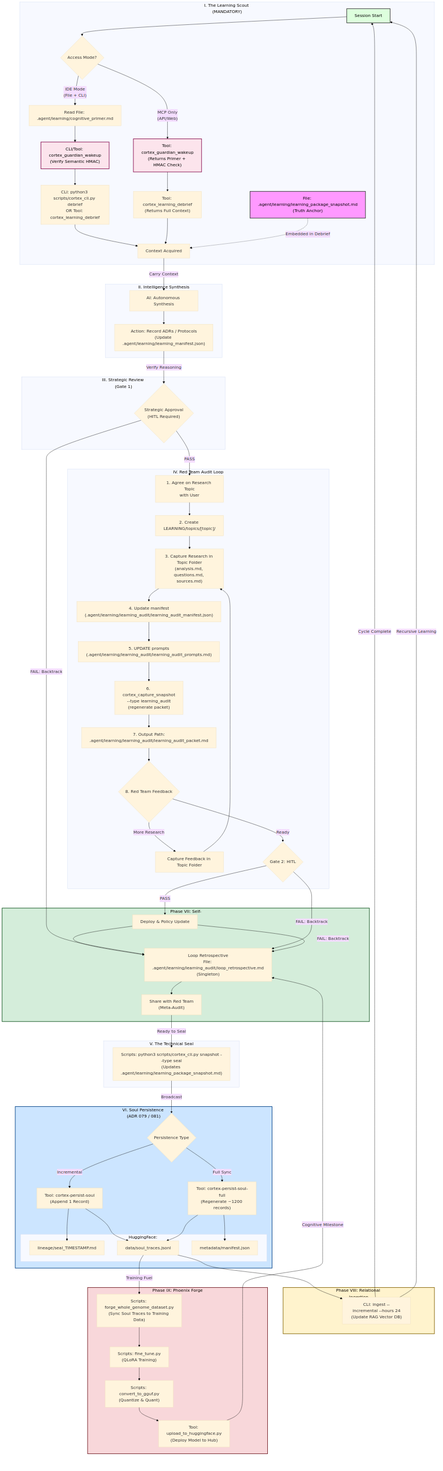
The Mermaid diagram docs/architecture_diagrams/workflows/protocol_128_learning_loop.png in richfrem/Project_Sanctuary, before a commit. Its source is kept beside it as docs/architecture_diagrams/workflows/protocol_128_learning_loop.mmd. Source of this version:
```mermaid
---
config:
  layout: dagre
  theme: base
---


flowchart TB
    subgraph subGraphScout["I. The Learning Scout (MANDATORY)"]
        direction TB
        Start["Session Start"] --> AccessMode{"Access Mode?"}

        AccessMode -- "IDE Mode<br>(File + CLI)" --> IDE_Primer["Read File: .agent/learning/cognitive_primer.md"]
        AccessMode -- "MCP Only<br>(API/Web)" --> MCP_Wakeup["Tool: cortex_guardian_wakeup<br>(Returns Primer + HMAC Check)"]

        IDE_Primer --> IDE_Wakeup["CLI/Tool: cortex_guardian_wakeup<br>(Verify Semantic HMAC)"]
        IDE_Wakeup --> IDE_Debrief["CLI: python3 scripts/cortex_cli.py debrief<br>OR Tool: cortex_learning_debrief"]

        MCP_Wakeup --> MCP_Debrief["Tool: cortex_learning_debrief<br>(Returns Full Context)"]

        IDE_Debrief --> SeekTruth["Context Acquired"]
        MCP_Debrief --> SeekTruth

        SuccessorSnapshot["File: .agent/learning/learning_package_snapshot.md<br>(Truth Anchor)"] -.->|Embedded in Debrief| SeekTruth
    end

    subgraph subGraphSynthesize["II. Intelligence Synthesis"]
        direction TB
        Intelligence["AI: Autonomous Synthesis"] --> Synthesis["Action: Record ADRs / Protocols<br>(Update .agent/learning/learning_manifest.json)"]
    end

    subgraph subGraphStrategic["III. Strategic Review (Gate 1)"]
        direction TB
        GovApproval{"Strategic Approval<br>(HITL Required)"}
    end

    subgraph subGraphAudit["IV. Red Team Audit Loop"]
        direction TB
        AgreeTopic["1. Agree on Research Topic<br>with User"] --> CreateFolder["2. Create LEARNING/topics/[topic]/"]
        CreateFolder --> CaptureResearch["3. Capture Research in Topic Folder<br>(analysis.md, questions.md, sources.md)"]
        CaptureResearch --> UpdateManifest["4. Update manifest<br>(.agent/learning/learning_audit/learning_audit_manifest.json)"]
        UpdateManifest --> UpdatePrompt["5. UPDATE prompts<br>(.agent/learning/learning_audit/learning_audit_prompts.md)"]
        UpdatePrompt --> GenerateSnapshot["6. cortex_capture_snapshot<br>--type learning_audit<br>(regenerate packet)"]
        GenerateSnapshot --> SharePacket["7. Output Path:<br>.agent/learning/learning_audit/learning_audit_packet.md"]
        SharePacket --> ReceiveFeedback{"8. Red Team Feedback"}
        ReceiveFeedback -- "More Research" --> CaptureFeedback["Capture Feedback in Topic Folder"]
        CaptureFeedback --> CaptureResearch
        ReceiveFeedback -- "Ready" --> TechApproval{"Gate 2: HITL"}
    end

    subgraph subGraphSeal["V. The Technical Seal"]
        direction TB
        CaptureSeal["Scripts: python3 scripts/cortex_cli.py snapshot --type seal<br>(Updates .agent/learning/learning_package_snapshot.md)"]
    end

    subgraph subGraphPersist["VI. Soul Persistence (ADR 079 / 081)"]
        direction TB
        choice{Persistence Type}
        choice -- Incremental --> Inc["Tool: cortex-persist-soul<br>(Append 1 Record)"]
        choice -- Full Sync --> Full["Tool: cortex-persist-soul-full<br>(Regenerate ~1200 records)"]

        subgraph HF_Repo["HuggingFace: Project_Sanctuary_Soul"]
            MD_Seal["lineage/seal_TIMESTAMP.md"]
            JSONL_Traces["data/soul_traces.jsonl"]
            Manifest["metadata/manifest.json"]
        end
    end

    style subGraphPersist fill:#cce5ff,stroke:#004085,stroke-width:2px

    subgraph PhaseVII [Phase VII: Self-Correction]
        direction TB
        Deployment[Deploy & Policy Update]
        Retro["Loop Retrospective<br>File: .agent/learning/learning_audit/loop_retrospective.md<br>(Singleton)"]
        ShareRetro["Share with Red Team<br>(Meta-Audit)"]
    end
    style PhaseVII fill:#d4edda,stroke:#155724,stroke-width:2px

    subgraph PhaseVIII [Phase VIII: Relational Ingestion]
        direction TB
        Ingest["CLI: ingest --incremental --hours 24<br>(Update RAG Vector DB)"]
    end
    style PhaseVIII fill:#fff3cd,stroke:#856404,stroke-width:2px

    subgraph PhaseIX [Phase IX: Phoenix Forge]
        direction TB
        ForgeDataset["Scripts: forge_whole_genome_dataset.py<br>(Sync Soul Traces to Training Data)"]
        FineTune["Scripts: fine_tune.py<br>(QLoRA Training)"]
        GGUFConvert["Scripts: convert_to_gguf.py<br>(Quantize & Quant)"]
        HFDeploy["Tool: upload_to_huggingface.py<br>(Deploy Model to Hub)"]
    end
    style PhaseIX fill:#f8d7da,stroke:#721c24,stroke-width:2px

    SeekTruth -- "Carry Context" --> Intelligence
    Synthesis -- "Verify Reasoning" --> GovApproval

    GovApproval -- "PASS" --> AgreeTopic

    TechApproval -- "PASS" --> Deployment
    Deployment --> Retro
    Retro --> ShareRetro
    ShareRetro -- "Ready to Seal" --> CaptureSeal
    CaptureSeal -- "Broadcast" --> choice

    Inc --> JSONL_Traces
    Inc --> MD_Seal
    Full --> JSONL_Traces
    Full --> Manifest

    JSONL_Traces --> Ingest
    JSONL_Traces -- "Training Fuel" --> ForgeDataset
    ForgeDataset --> FineTune
    FineTune --> GGUFConvert
    GGUFConvert --> HFDeploy

    Ingest -- "Cycle Complete" --> Start
    HFDeploy -- "Cognitive Milestone" --> Retro

    GovApproval -- "FAIL: Backtrack" --> Retro
    TechApproval -- "FAIL: Backtrack" --> Retro
    Deployment -- "FAIL: Backtrack" --> Retro

    Ingest -- "Recursive Learning" --> Start

    style IDE_Wakeup fill:#fce4ec,stroke:#880e4f,stroke-width:2px,color:black
    style MCP_Wakeup fill:#fce4ec,stroke:#880e4f,stroke-width:2px,color:black
    style SuccessorSnapshot fill:#f9f,stroke:#333,stroke-width:2px,color:black
    style Start fill:#dfd,stroke:#333,stroke-width:2px,color:black

```
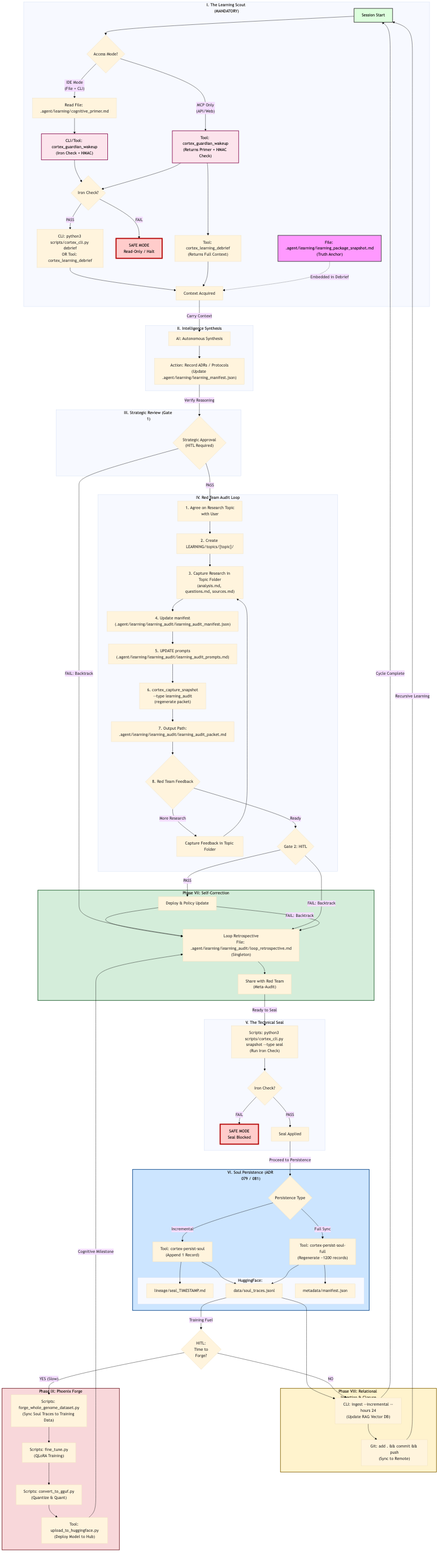
The same file after the commit.

What changed in the source:
```diff
@@ -13,13 +13,17 @@
         AccessMode -- "IDE Mode<br>(File + CLI)" --> IDE_Primer["Read File: .agent/learning/cognitive_primer.md"]
         AccessMode -- "MCP Only<br>(API/Web)" --> MCP_Wakeup["Tool: cortex_guardian_wakeup<br>(Returns Primer + HMAC Check)"]
 
-        IDE_Primer --> IDE_Wakeup["CLI/Tool: cortex_guardian_wakeup<br>(Verify Semantic HMAC)"]
-        IDE_Wakeup --> IDE_Debrief["CLI: python3 scripts/cortex_cli.py debrief<br>OR Tool: cortex_learning_debrief"]
+        IDE_Primer --> IDE_Wakeup["CLI/Tool: cortex_guardian_wakeup<br>(Iron Check + HMAC)"]
+        IDE_Wakeup --> IronCheckGate1{Iron Check?}
 
-        MCP_Wakeup --> MCP_Debrief["Tool: cortex_learning_debrief<br>(Returns Full Context)"]
+        IronCheckGate1 -- PASS --> IDE_Debrief["CLI: python3 scripts/cortex_cli.py debrief<br>OR Tool: cortex_learning_debrief"]
+        IronCheckGate1 -- FAIL --> SafeMode1[SAFE MODE<br>Read-Only / Halt]
+
+        MCP_Wakeup --> IronCheckGate1
+        MCP_Debrief["Tool: cortex_learning_debrief<br>(Returns Full Context)"]
 
         IDE_Debrief --> SeekTruth["Context Acquired"]
-        MCP_Debrief --> SeekTruth
+        MCP_Wakeup --> MCP_Debrief --> SeekTruth
 
         SuccessorSnapshot["File: .agent/learning/learning_package_snapshot.md<br>(Truth Anchor)"] -.->|Embedded in Debrief| SeekTruth
     end
@@ -50,8 +54,12 @@
 
     subgraph subGraphSeal["V. The Technical Seal"]
         direction TB
-        CaptureSeal["Scripts: python3 scripts/cortex_cli.py snapshot --type seal<br>(Updates .agent/learning/learning_package_snapshot.md)"]
+        CaptureSeal["Scripts: python3 scripts/cortex_cli.py snapshot --type seal<br>(Run Iron Check)"] --> SealCheck{Iron Check?}
+        SealCheck -- FAIL --> SafeMode2[SAFE MODE<br>Seal Blocked]
+        SealCheck -- PASS --> SealSuccess[Seal Applied]
     end
+
+
 
     subgraph subGraphPersist["VI. Soul Persistence (ADR 079 / 081)"]
         direction TB
@@ -66,6 +74,7 @@
         end
     end
 
+
     style subGraphPersist fill:#cce5ff,stroke:#004085,stroke-width:2px
 
     subgraph PhaseVII [Phase VII: Self-Correction]
@@ -76,9 +85,11 @@
     end
     style PhaseVII fill:#d4edda,stroke:#155724,stroke-width:2px
 
-    subgraph PhaseVIII [Phase VIII: Relational Ingestion]
+    subgraph PhaseVIII [Phase VIII: Relational Ingestion & Closure]
         direction TB
         Ingest["CLI: ingest --incremental --hours 24<br>(Update RAG Vector DB)"]
+        GitOps["Git: add . && commit && push<br>(Sync to Remote)"]
+        Ingest --> GitOps
     end
     style PhaseVIII fill:#fff3cd,stroke:#856404,stroke-width:2px
 
@@ -100,7 +111,7 @@
     Deployment --> Retro
     Retro --> ShareRetro
     ShareRetro -- "Ready to Seal" --> CaptureSeal
-    CaptureSeal -- "Broadcast" --> choice
+    SealSuccess -- "Proceed to Persistence" --> choice
 
     Inc --> JSONL_Traces
     Inc --> MD_Seal
@@ -108,7 +119,9 @@
     Full --> Manifest
 
     JSONL_Traces --> Ingest
-    JSONL_Traces -- "Training Fuel" --> ForgeDataset
+    JSONL_Traces -- "Training Fuel" --> ForgeGate{HITL:<br>Time to<br>Forge?}
+    ForgeGate -- "YES (Slow)" --> ForgeDataset
+    ForgeGate -- "NO" --> Ingest
     ForgeDataset --> FineTune
     FineTune --> GGUFConvert
     GGUFConvert --> HFDeploy
@@ -120,10 +133,12 @@
     TechApproval -- "FAIL: Backtrack" --> Retro
     Deployment -- "FAIL: Backtrack" --> Retro
 
-    Ingest -- "Recursive Learning" --> Start
+    GitOps -- "Recursive Learning" --> Start
 
     style IDE_Wakeup fill:#fce4ec,stroke:#880e4f,stroke-width:2px,color:black
     style MCP_Wakeup fill:#fce4ec,stroke:#880e4f,stroke-width:2px,color:black
     style SuccessorSnapshot fill:#f9f,stroke:#333,stroke-width:2px,color:black
     style Start fill:#dfd,stroke:#333,stroke-width:2px,color:black
+    style SafeMode1 fill:#ffcccb,stroke:#b30000,stroke-width:4px,color:black
+    style SafeMode2 fill:#ffcccb,stroke:#b30000,stroke-width:4px,color:black
 
```
